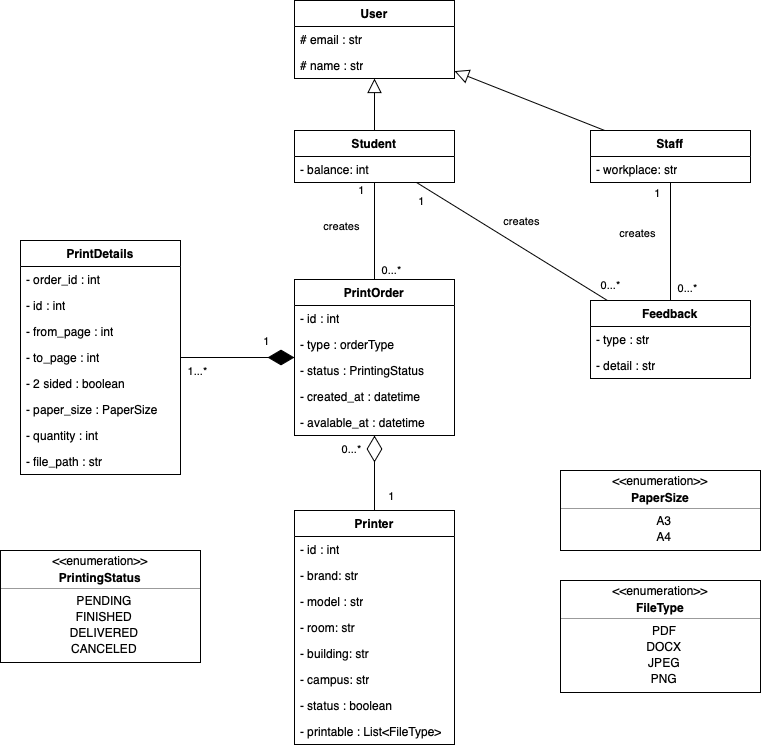
blueonline07/test-somth keeps this draw.io diagram as domain-model.drawio.png. Above is the earlier version. Source tidied: cells renumbered, new cells last; positions are measured from the earlier drawing's top-left corner, leaving out a move shared by most shapes.
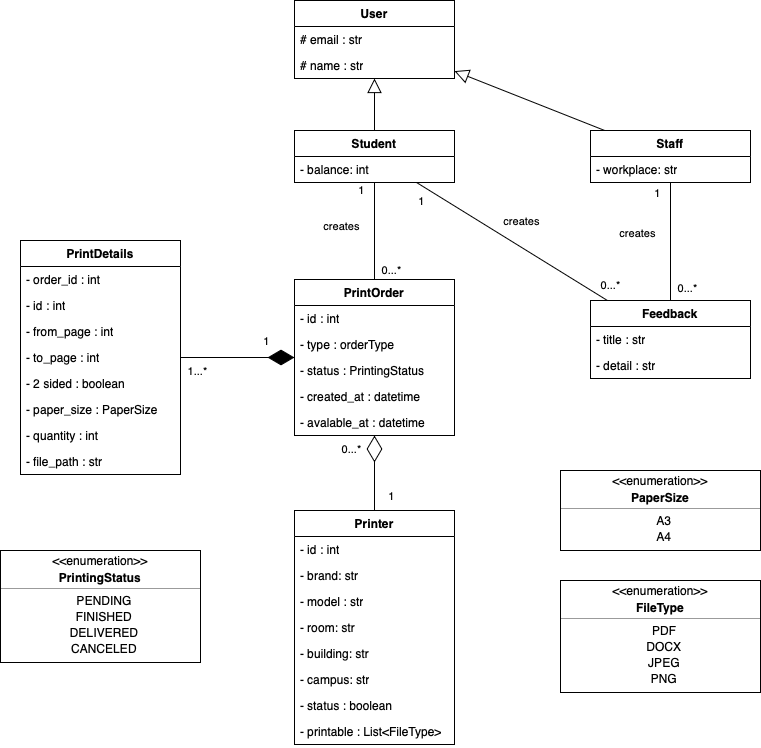
Later version of the same file.

Change to the diagram source:
```diff
@@ -98,7 +98,7 @@
     <mxCell id="33" value="Feedback" style="swimlane;fontStyle=1;align=center;verticalAlign=top;horizontal=1;startSize=26;whiteSpace=wrap;html=1;" parent="1" vertex="1">
       <mxGeometry x="590" y="300" width="160" height="78" as="geometry" />
     </mxCell>
-    <mxCell id="34" value="- type : str" style="text;strokeColor=none;fillColor=none;align=left;verticalAlign=top;spacingLeft=4;spacingRight=4;overflow=hidden;whiteSpace=wrap;html=1;" parent="33" vertex="1">
+    <mxCell id="34" value="- title : str" style="text;strokeColor=none;fillColor=none;align=left;verticalAlign=top;spacingLeft=4;spacingRight=4;overflow=hidden;whiteSpace=wrap;html=1;" parent="33" vertex="1">
       <mxGeometry y="26" width="160" height="26" as="geometry" />
     </mxCell>
     <mxCell id="35" value="- detail : str" style="text;strokeColor=none;fillColor=none;align=left;verticalAlign=top;spacingLeft=4;spacingRight=4;overflow=hidden;whiteSpace=wrap;html=1;" parent="33" vertex="1">
```
